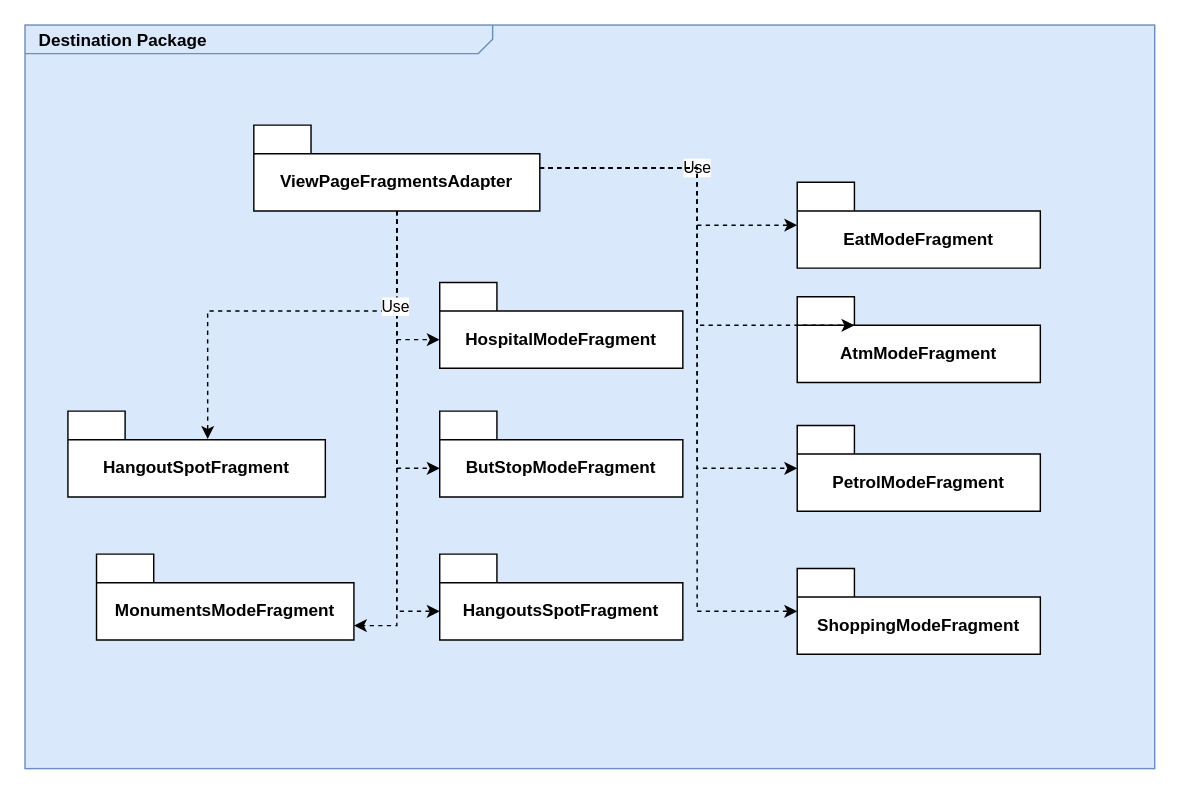
MurielleMardenli200/LOG8430_TP1 keeps this draw.io diagram as FinalCityInfoActivity.drawio. Above is the earlier version. Source tidied: cells renumbered, new cells numbered last; positions are measured from the earlier drawing's top-left corner, leaving out a move shared by most shapes. Both pictures are drawn from the tidied source at 143%, with x=0, y=0 at pixel (24, 24).
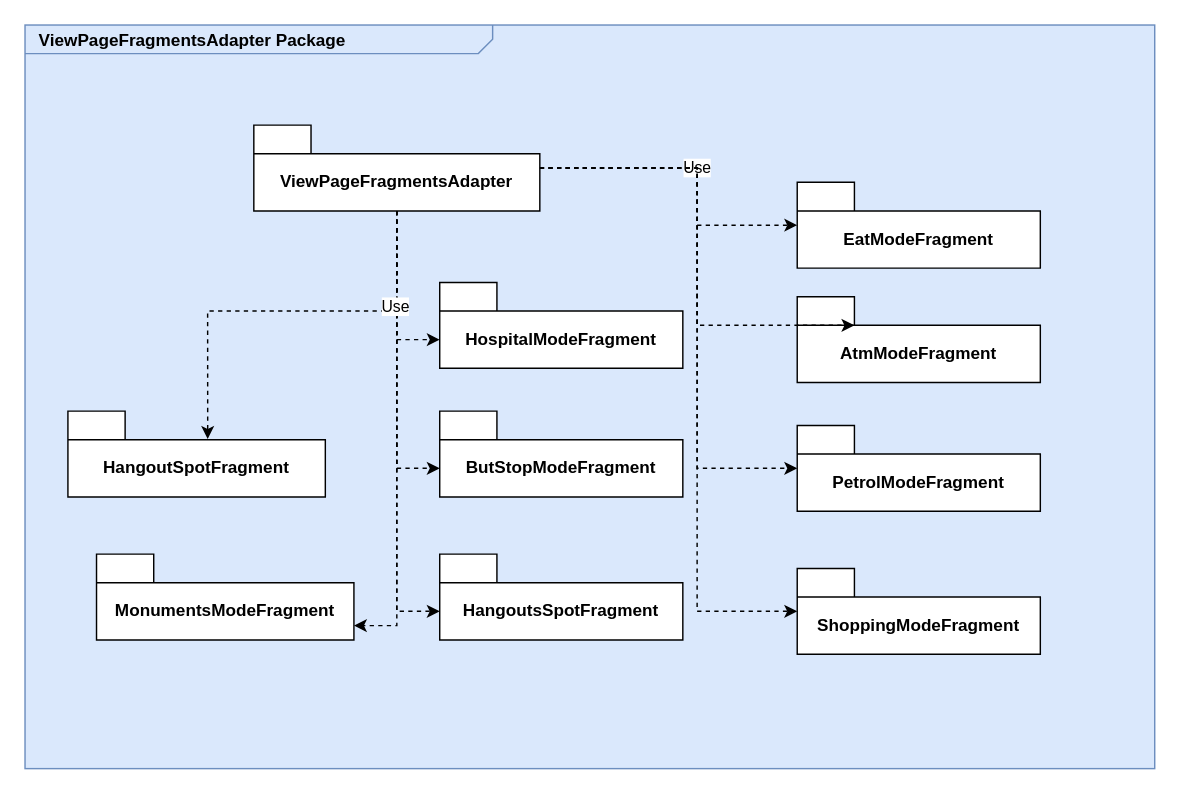
Above is the later version.

Change to the diagram source:
```diff
@@
-    <mxCell id="2" value="&lt;p style=&quot;margin: 0px ; margin-top: 4px ; margin-left: 10px ; text-align: left&quot;&gt;&lt;b&gt;Destination Package&lt;/b&gt;&lt;/p&gt;" style="html=1;strokeWidth=1;shape=mxgraph.sysml.package;html=1;overflow=fill;whiteSpace=wrap;fillColor=#dae8fc;fontSize=12;align=center;labelX=327.64;strokeColor=#6c8ebf;" parent="1" vertex="1">
+    <mxCell id="2" value="&lt;p style=&quot;margin: 0px ; margin-top: 4px ; margin-left: 10px ; text-align: left&quot;&gt;&lt;span style=&quot;font-weight: 700; background-color: transparent; color: light-dark(rgb(0, 0, 0), rgb(255, 255, 255)); text-align: center;&quot;&gt;ViewPageFragmentsAdapter&lt;/span&gt;&lt;b&gt;&amp;nbsp;Package&lt;/b&gt;&lt;/p&gt;" style="html=1;strokeWidth=1;shape=mxgraph.sysml.package;html=1;overflow=fill;whiteSpace=wrap;fillColor=#dae8fc;fontSize=12;align=center;labelX=327.64;strokeColor=#6c8ebf;" parent="1" vertex="1">
       <mxGeometry width="790" height="520" as="geometry" />
     </mxCell>
```
